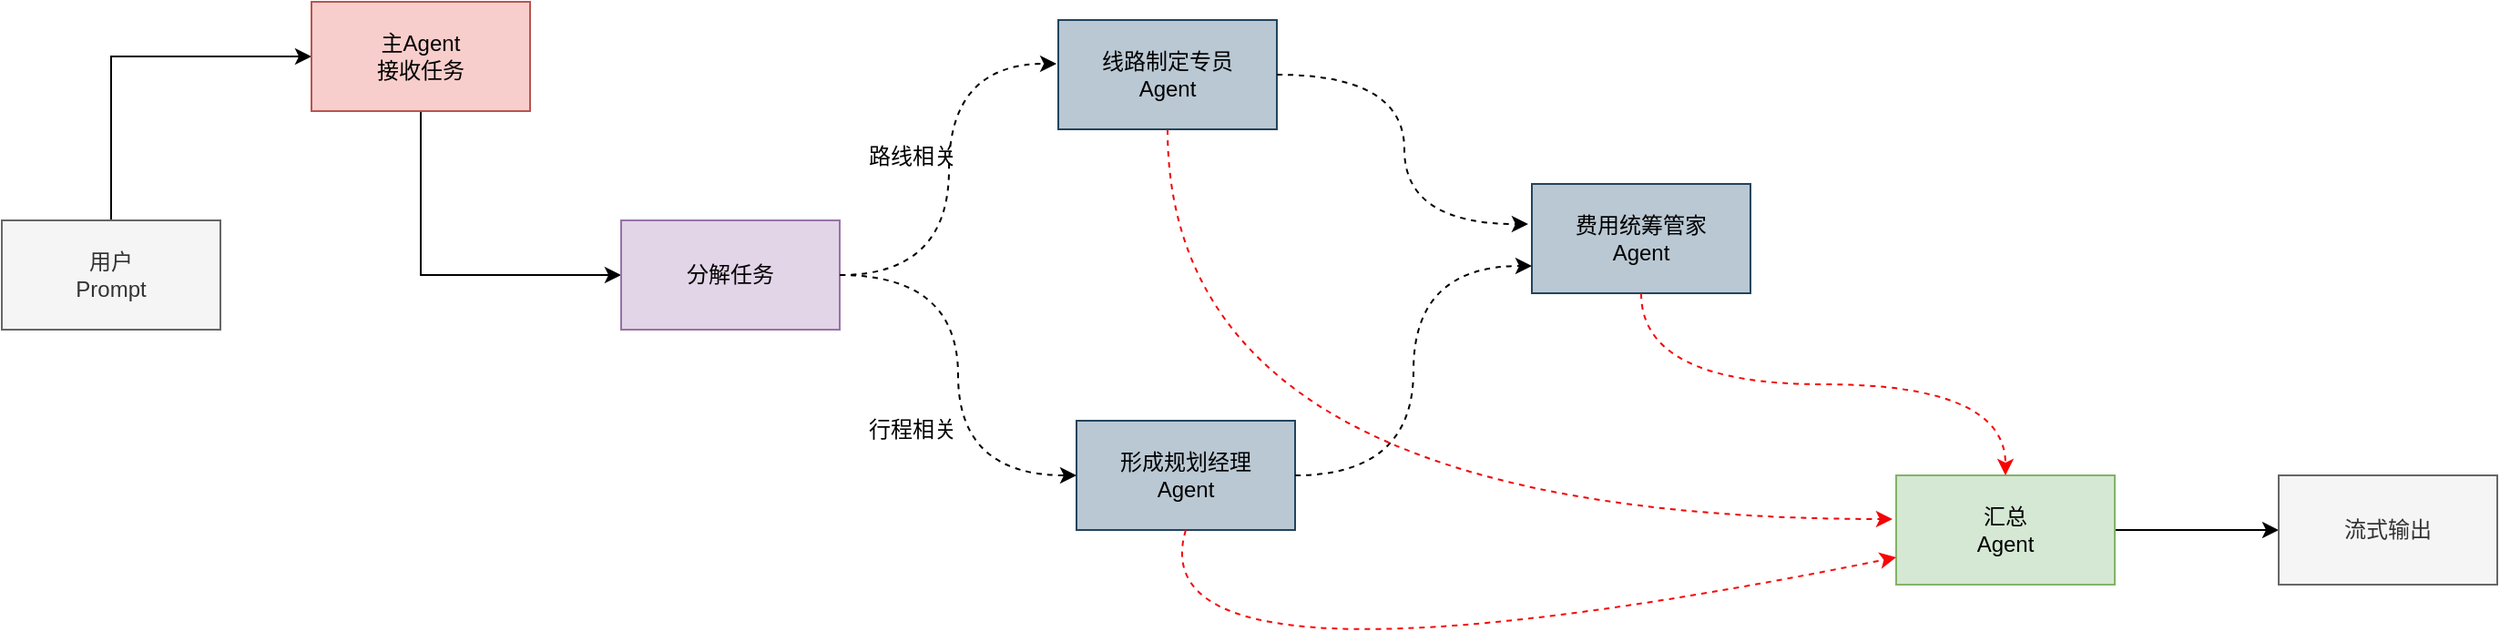
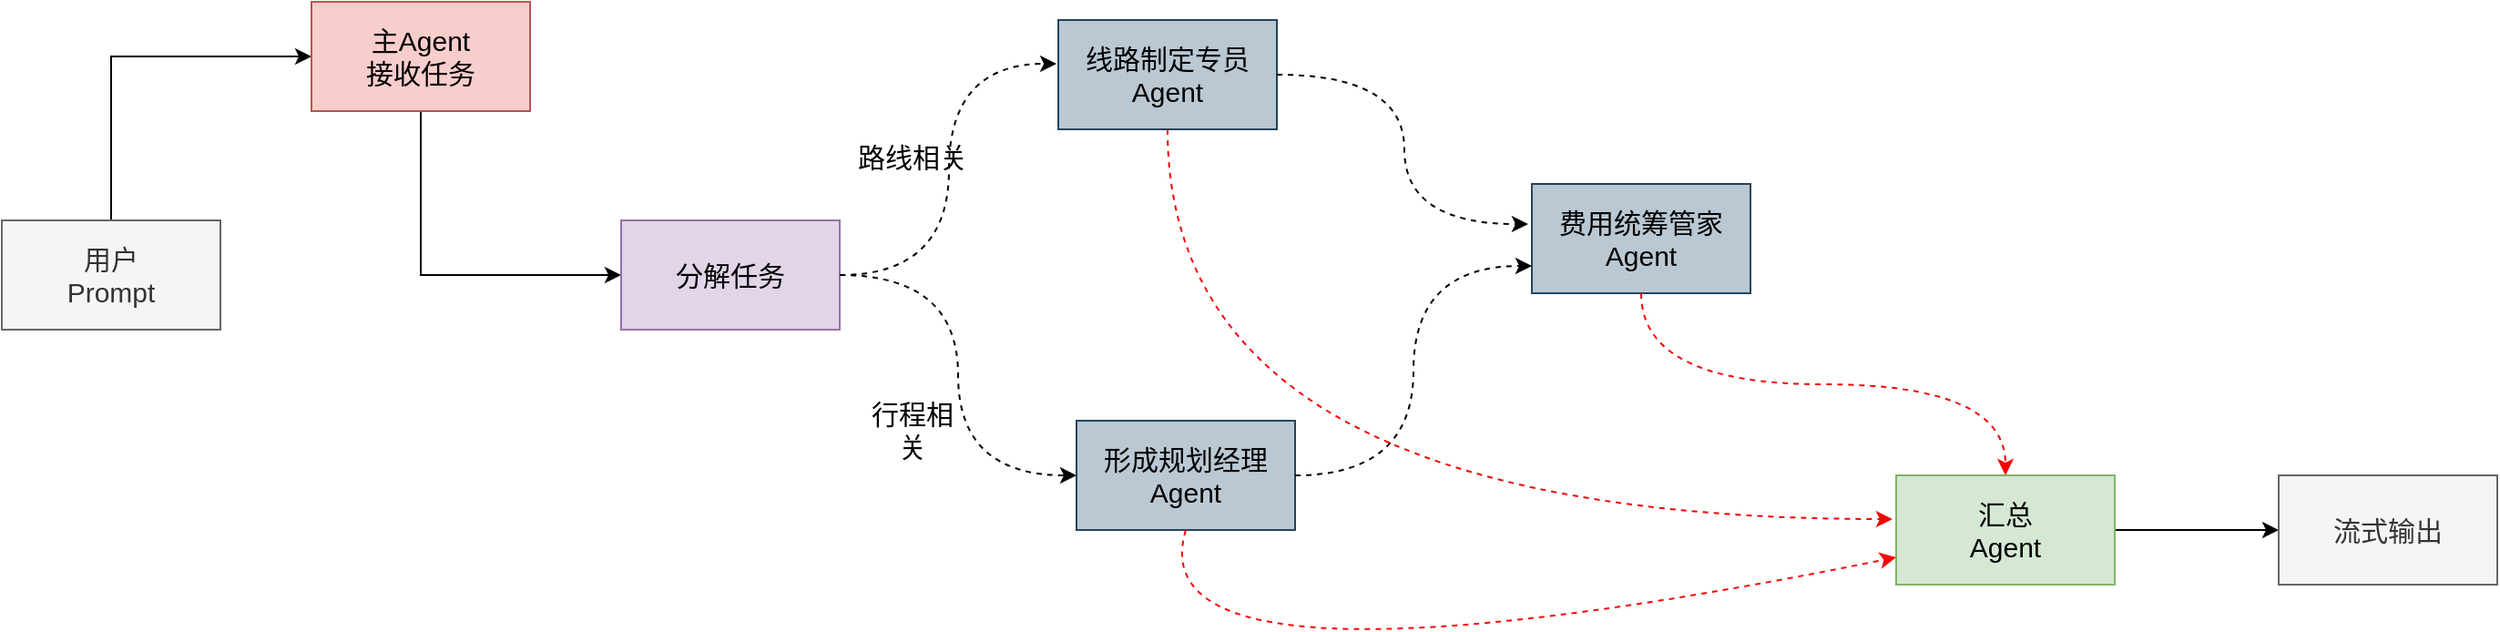
<mxfile host="app.diagrams.net">
  <diagram name="第 1 页" id="70M2_d7694EmLz6cfDsH">
    <mxGraphModel dx="1414" dy="785" grid="1" gridSize="10" guides="1" tooltips="1" connect="1" arrows="1" fold="1" page="1" pageScale="1" pageWidth="827" pageHeight="1169" math="0" shadow="0">
      <root>
        <mxCell id="0" />
        <mxCell id="1" parent="0" />
-         <mxCell id="UnNiZKDAXAE8CKw-wBtq-10" edge="1" parent="1" source="UnNiZKDAXAE8CKw-wBtq-1" style="edgeStyle=orthogonalEdgeStyle;rounded=0;orthogonalLoop=1;jettySize=auto;html=1;entryX=0;entryY=0.5;entryDx=0;entryDy=0;" target="UnNiZKDAXAE8CKw-wBtq-2">
+         <mxCell id="UnNiZKDAXAE8CKw-wBtq-10" edge="1" parent="1" source="UnNiZKDAXAE8CKw-wBtq-1" style="edgeStyle=orthogonalEdgeStyle;rounded=0;orthogonalLoop=1;jettySize=auto;html=1;entryX=0;entryY=0.5;entryDx=0;entryDy=0;fontSize=15;" target="UnNiZKDAXAE8CKw-wBtq-2">
          <mxGeometry relative="1" as="geometry">
            <Array as="points">
              <mxPoint x="160" y="270" />
            </Array>
          </mxGeometry>
        </mxCell>
-         <mxCell id="UnNiZKDAXAE8CKw-wBtq-1" parent="1" style="rounded=0;whiteSpace=wrap;html=1;fillColor=#f5f5f5;fontColor=#333333;strokeColor=#666666;" value="用户&lt;div&gt;Prompt&lt;/div&gt;" vertex="1">
+         <mxCell id="UnNiZKDAXAE8CKw-wBtq-1" parent="1" style="rounded=0;whiteSpace=wrap;html=1;fillColor=#f5f5f5;fontColor=#333333;strokeColor=#666666;fontSize=15;" value="用户&lt;div&gt;Prompt&lt;/div&gt;" vertex="1">
          <mxGeometry height="60" width="120" x="100" y="360" as="geometry" />
        </mxCell>
-         <mxCell id="UnNiZKDAXAE8CKw-wBtq-11" edge="1" parent="1" source="UnNiZKDAXAE8CKw-wBtq-2" style="edgeStyle=orthogonalEdgeStyle;rounded=0;orthogonalLoop=1;jettySize=auto;html=1;entryX=0;entryY=0.5;entryDx=0;entryDy=0;" target="UnNiZKDAXAE8CKw-wBtq-3">
+         <mxCell id="UnNiZKDAXAE8CKw-wBtq-11" edge="1" parent="1" source="UnNiZKDAXAE8CKw-wBtq-2" style="edgeStyle=orthogonalEdgeStyle;rounded=0;orthogonalLoop=1;jettySize=auto;html=1;entryX=0;entryY=0.5;entryDx=0;entryDy=0;fontSize=15;" target="UnNiZKDAXAE8CKw-wBtq-3">
          <mxGeometry relative="1" as="geometry">
            <Array as="points">
              <mxPoint x="330" y="390" />
            </Array>
          </mxGeometry>
        </mxCell>
-         <mxCell id="UnNiZKDAXAE8CKw-wBtq-2" parent="1" style="rounded=0;whiteSpace=wrap;html=1;fillColor=#f8cecc;strokeColor=#b85450;" value="主Agent&lt;div&gt;接收任务&lt;/div&gt;" vertex="1">
+         <mxCell id="UnNiZKDAXAE8CKw-wBtq-2" parent="1" style="rounded=0;whiteSpace=wrap;html=1;fillColor=#f8cecc;strokeColor=#b85450;fontSize=15;" value="主Agent&lt;div&gt;接收任务&lt;/div&gt;" vertex="1">
          <mxGeometry height="60" width="120" x="270" y="240" as="geometry" />
        </mxCell>
-         <mxCell id="UnNiZKDAXAE8CKw-wBtq-3" parent="1" style="rounded=0;whiteSpace=wrap;html=1;fillColor=#e1d5e7;strokeColor=#9673a6;" value="分解任务" vertex="1">
+         <mxCell id="UnNiZKDAXAE8CKw-wBtq-3" parent="1" style="rounded=0;whiteSpace=wrap;html=1;fillColor=#e1d5e7;strokeColor=#9673a6;fontSize=15;" value="分解任务" vertex="1">
          <mxGeometry height="60" width="120" x="440" y="360" as="geometry" />
        </mxCell>
-         <mxCell id="UnNiZKDAXAE8CKw-wBtq-4" parent="1" style="rounded=0;whiteSpace=wrap;html=1;fillColor=#bac8d3;strokeColor=#23445d;" value="线路制定专员&lt;div&gt;Agent&lt;/div&gt;" vertex="1">
+         <mxCell id="UnNiZKDAXAE8CKw-wBtq-4" parent="1" style="rounded=0;whiteSpace=wrap;html=1;fillColor=#bac8d3;strokeColor=#23445d;fontSize=15;" value="线路制定专员&lt;div&gt;Agent&lt;/div&gt;" vertex="1">
          <mxGeometry height="60" width="120" x="680" y="250" as="geometry" />
        </mxCell>
-         <mxCell id="UnNiZKDAXAE8CKw-wBtq-5" parent="1" style="rounded=0;whiteSpace=wrap;html=1;fillColor=#bac8d3;strokeColor=#23445d;" value="形成规划经理&lt;div&gt;Agent&lt;/div&gt;" vertex="1">
+         <mxCell id="UnNiZKDAXAE8CKw-wBtq-5" parent="1" style="rounded=0;whiteSpace=wrap;html=1;fillColor=#bac8d3;strokeColor=#23445d;fontSize=15;" value="形成规划经理&lt;div&gt;Agent&lt;/div&gt;" vertex="1">
          <mxGeometry height="60" width="120" x="690" y="470" as="geometry" />
        </mxCell>
-         <mxCell id="UnNiZKDAXAE8CKw-wBtq-6" parent="1" style="rounded=0;whiteSpace=wrap;html=1;fillColor=#bac8d3;strokeColor=#23445d;" value="费用统筹管家&lt;div&gt;Agent&lt;/div&gt;" vertex="1">
+         <mxCell id="UnNiZKDAXAE8CKw-wBtq-6" parent="1" style="rounded=0;whiteSpace=wrap;html=1;fillColor=#bac8d3;strokeColor=#23445d;fontSize=15;" value="费用统筹管家&lt;div&gt;Agent&lt;/div&gt;" vertex="1">
          <mxGeometry height="60" width="120" x="940" y="340" as="geometry" />
        </mxCell>
-         <mxCell id="UnNiZKDAXAE8CKw-wBtq-9" edge="1" parent="1" source="UnNiZKDAXAE8CKw-wBtq-7" style="edgeStyle=orthogonalEdgeStyle;rounded=0;orthogonalLoop=1;jettySize=auto;html=1;entryX=0;entryY=0.5;entryDx=0;entryDy=0;" target="UnNiZKDAXAE8CKw-wBtq-8">
+         <mxCell id="UnNiZKDAXAE8CKw-wBtq-9" edge="1" parent="1" source="UnNiZKDAXAE8CKw-wBtq-7" style="edgeStyle=orthogonalEdgeStyle;rounded=0;orthogonalLoop=1;jettySize=auto;html=1;entryX=0;entryY=0.5;entryDx=0;entryDy=0;fontSize=15;" target="UnNiZKDAXAE8CKw-wBtq-8">
          <mxGeometry relative="1" as="geometry" />
        </mxCell>
-         <mxCell id="UnNiZKDAXAE8CKw-wBtq-7" parent="1" style="rounded=0;whiteSpace=wrap;html=1;fillColor=#d5e8d4;strokeColor=#82b366;" value="汇总&lt;div&gt;Agent&lt;/div&gt;" vertex="1">
+         <mxCell id="UnNiZKDAXAE8CKw-wBtq-7" parent="1" style="rounded=0;whiteSpace=wrap;html=1;fillColor=#d5e8d4;strokeColor=#82b366;fontSize=15;" value="汇总&lt;div&gt;Agent&lt;/div&gt;" vertex="1">
          <mxGeometry height="60" width="120" x="1140" y="500" as="geometry" />
        </mxCell>
-         <mxCell id="UnNiZKDAXAE8CKw-wBtq-8" parent="1" style="rounded=0;whiteSpace=wrap;html=1;fillColor=#f5f5f5;fontColor=#333333;strokeColor=#666666;" value="流式输出" vertex="1">
+         <mxCell id="UnNiZKDAXAE8CKw-wBtq-8" parent="1" style="rounded=0;whiteSpace=wrap;html=1;fillColor=#f5f5f5;fontColor=#333333;strokeColor=#666666;fontSize=15;" value="流式输出" vertex="1">
          <mxGeometry height="60" width="120" x="1350" y="500" as="geometry" />
        </mxCell>
-         <mxCell id="UnNiZKDAXAE8CKw-wBtq-12" edge="1" parent="1" source="UnNiZKDAXAE8CKw-wBtq-3" style="endArrow=classic;html=1;rounded=0;exitX=1;exitY=0.5;exitDx=0;exitDy=0;entryX=-0.008;entryY=0.4;entryDx=0;entryDy=0;entryPerimeter=0;curved=1;dashed=1;edgeStyle=orthogonalEdgeStyle;" target="UnNiZKDAXAE8CKw-wBtq-4" value="">
+         <mxCell id="UnNiZKDAXAE8CKw-wBtq-12" edge="1" parent="1" source="UnNiZKDAXAE8CKw-wBtq-3" style="endArrow=classic;html=1;rounded=0;exitX=1;exitY=0.5;exitDx=0;exitDy=0;entryX=-0.008;entryY=0.4;entryDx=0;entryDy=0;entryPerimeter=0;curved=1;dashed=1;edgeStyle=orthogonalEdgeStyle;fontSize=15;" target="UnNiZKDAXAE8CKw-wBtq-4" value="">
          <mxGeometry height="50" relative="1" width="50" as="geometry">
            <mxPoint x="600" y="390" as="sourcePoint" />
            <mxPoint x="650" y="340" as="targetPoint" />
          </mxGeometry>
        </mxCell>
-         <mxCell id="UnNiZKDAXAE8CKw-wBtq-13" parent="1" style="text;html=1;whiteSpace=wrap;strokeColor=none;fillColor=none;align=center;verticalAlign=middle;rounded=0;" value="路线相关" vertex="1">
+         <mxCell id="UnNiZKDAXAE8CKw-wBtq-13" parent="1" style="text;html=1;whiteSpace=wrap;strokeColor=none;fillColor=none;align=center;verticalAlign=middle;rounded=0;fontSize=15;" value="路线相关" vertex="1">
          <mxGeometry height="30" width="100" x="550" y="310" as="geometry" />
        </mxCell>
-         <mxCell id="UnNiZKDAXAE8CKw-wBtq-18" edge="1" parent="1" source="UnNiZKDAXAE8CKw-wBtq-3" style="endArrow=classic;html=1;rounded=0;exitX=1;exitY=0.5;exitDx=0;exitDy=0;entryX=0;entryY=0.5;entryDx=0;entryDy=0;dashed=1;edgeStyle=orthogonalEdgeStyle;curved=1;" target="UnNiZKDAXAE8CKw-wBtq-5" value="">
+         <mxCell id="UnNiZKDAXAE8CKw-wBtq-18" edge="1" parent="1" source="UnNiZKDAXAE8CKw-wBtq-3" style="endArrow=classic;html=1;rounded=0;exitX=1;exitY=0.5;exitDx=0;exitDy=0;entryX=0;entryY=0.5;entryDx=0;entryDy=0;dashed=1;edgeStyle=orthogonalEdgeStyle;curved=1;fontSize=15;" target="UnNiZKDAXAE8CKw-wBtq-5" value="">
          <mxGeometry height="50" relative="1" width="50" as="geometry">
            <mxPoint x="580" y="560" as="sourcePoint" />
            <mxPoint x="630" y="510" as="targetPoint" />
          </mxGeometry>
        </mxCell>
-         <mxCell id="UnNiZKDAXAE8CKw-wBtq-19" parent="1" style="text;html=1;whiteSpace=wrap;strokeColor=none;fillColor=none;align=center;verticalAlign=middle;rounded=0;" value="行程相关" vertex="1">
+         <mxCell id="UnNiZKDAXAE8CKw-wBtq-19" parent="1" style="text;html=1;whiteSpace=wrap;strokeColor=none;fillColor=none;align=center;verticalAlign=middle;rounded=0;fontSize=15;" value="行程相关" vertex="1">
          <mxGeometry height="30" width="60" x="570" y="460" as="geometry" />
        </mxCell>
-         <mxCell id="UnNiZKDAXAE8CKw-wBtq-20" edge="1" parent="1" source="UnNiZKDAXAE8CKw-wBtq-4" style="endArrow=classic;html=1;rounded=0;exitX=1;exitY=0.5;exitDx=0;exitDy=0;entryX=-0.017;entryY=0.367;entryDx=0;entryDy=0;entryPerimeter=0;dashed=1;edgeStyle=orthogonalEdgeStyle;curved=1;" target="UnNiZKDAXAE8CKw-wBtq-6" value="">
+         <mxCell id="UnNiZKDAXAE8CKw-wBtq-20" edge="1" parent="1" source="UnNiZKDAXAE8CKw-wBtq-4" style="endArrow=classic;html=1;rounded=0;exitX=1;exitY=0.5;exitDx=0;exitDy=0;entryX=-0.017;entryY=0.367;entryDx=0;entryDy=0;entryPerimeter=0;dashed=1;edgeStyle=orthogonalEdgeStyle;curved=1;fontSize=15;" target="UnNiZKDAXAE8CKw-wBtq-6" value="">
          <mxGeometry height="50" relative="1" width="50" as="geometry">
            <Array as="points">
              <mxPoint x="870" y="280" />
              <mxPoint x="870" y="362" />
            </Array>
            <mxPoint x="900" y="260" as="sourcePoint" />
            <mxPoint x="950" y="210" as="targetPoint" />
          </mxGeometry>
        </mxCell>
-         <mxCell id="UnNiZKDAXAE8CKw-wBtq-21" edge="1" parent="1" source="UnNiZKDAXAE8CKw-wBtq-5" style="endArrow=classic;html=1;rounded=0;exitX=1;exitY=0.5;exitDx=0;exitDy=0;entryX=0;entryY=0.75;entryDx=0;entryDy=0;dashed=1;edgeStyle=orthogonalEdgeStyle;curved=1;" target="UnNiZKDAXAE8CKw-wBtq-6" value="">
+         <mxCell id="UnNiZKDAXAE8CKw-wBtq-21" edge="1" parent="1" source="UnNiZKDAXAE8CKw-wBtq-5" style="endArrow=classic;html=1;rounded=0;exitX=1;exitY=0.5;exitDx=0;exitDy=0;entryX=0;entryY=0.75;entryDx=0;entryDy=0;dashed=1;edgeStyle=orthogonalEdgeStyle;curved=1;fontSize=15;" target="UnNiZKDAXAE8CKw-wBtq-6" value="">
          <mxGeometry height="50" relative="1" width="50" as="geometry">
            <mxPoint x="950" y="570" as="sourcePoint" />
            <mxPoint x="1000" y="520" as="targetPoint" />
          </mxGeometry>
        </mxCell>
-         <mxCell id="UnNiZKDAXAE8CKw-wBtq-22" edge="1" parent="1" source="UnNiZKDAXAE8CKw-wBtq-6" style="endArrow=classic;html=1;rounded=0;exitX=0.5;exitY=1;exitDx=0;exitDy=0;entryX=0.5;entryY=0;entryDx=0;entryDy=0;edgeStyle=orthogonalEdgeStyle;curved=1;dashed=1;strokeColor=light-dark(#f70202, #ededed);" target="UnNiZKDAXAE8CKw-wBtq-7" value="">
+         <mxCell id="UnNiZKDAXAE8CKw-wBtq-22" edge="1" parent="1" source="UnNiZKDAXAE8CKw-wBtq-6" style="endArrow=classic;html=1;rounded=0;exitX=0.5;exitY=1;exitDx=0;exitDy=0;entryX=0.5;entryY=0;entryDx=0;entryDy=0;edgeStyle=orthogonalEdgeStyle;curved=1;dashed=1;strokeColor=light-dark(#f70202, #ededed);fontSize=15;" target="UnNiZKDAXAE8CKw-wBtq-7" value="">
          <mxGeometry height="50" relative="1" width="50" as="geometry">
            <mxPoint x="1140" y="430" as="sourcePoint" />
            <mxPoint x="1190" y="380" as="targetPoint" />
          </mxGeometry>
        </mxCell>
-         <mxCell id="UnNiZKDAXAE8CKw-wBtq-23" edge="1" parent="1" source="UnNiZKDAXAE8CKw-wBtq-4" style="endArrow=classic;html=1;rounded=0;exitX=0.5;exitY=1;exitDx=0;exitDy=0;entryX=-0.017;entryY=0.4;entryDx=0;entryDy=0;entryPerimeter=0;dashed=1;edgeStyle=orthogonalEdgeStyle;curved=1;strokeColor=light-dark(#f10404, #ededed);" target="UnNiZKDAXAE8CKw-wBtq-7" value="">
+         <mxCell id="UnNiZKDAXAE8CKw-wBtq-23" edge="1" parent="1" source="UnNiZKDAXAE8CKw-wBtq-4" style="endArrow=classic;html=1;rounded=0;exitX=0.5;exitY=1;exitDx=0;exitDy=0;entryX=-0.017;entryY=0.4;entryDx=0;entryDy=0;entryPerimeter=0;dashed=1;edgeStyle=orthogonalEdgeStyle;curved=1;strokeColor=light-dark(#f10404, #ededed);fontSize=15;" target="UnNiZKDAXAE8CKw-wBtq-7" value="">
          <mxGeometry height="50" relative="1" width="50" as="geometry">
            <Array as="points">
              <mxPoint x="740" y="524" />
            </Array>
            <mxPoint x="960" y="630" as="sourcePoint" />
            <mxPoint x="1010" y="580" as="targetPoint" />
          </mxGeometry>
        </mxCell>
-         <mxCell id="UnNiZKDAXAE8CKw-wBtq-24" edge="1" parent="1" source="UnNiZKDAXAE8CKw-wBtq-5" style="endArrow=classic;html=1;rounded=0;exitX=0.5;exitY=1;exitDx=0;exitDy=0;entryX=0;entryY=0.75;entryDx=0;entryDy=0;curved=1;dashed=1;strokeColor=light-dark(#f70808, #ededed);" target="UnNiZKDAXAE8CKw-wBtq-7" value="">
+         <mxCell id="UnNiZKDAXAE8CKw-wBtq-24" edge="1" parent="1" source="UnNiZKDAXAE8CKw-wBtq-5" style="endArrow=classic;html=1;rounded=0;exitX=0.5;exitY=1;exitDx=0;exitDy=0;entryX=0;entryY=0.75;entryDx=0;entryDy=0;curved=1;dashed=1;strokeColor=light-dark(#f70808, #ededed);fontSize=15;" target="UnNiZKDAXAE8CKw-wBtq-7" value="">
          <mxGeometry height="50" relative="1" width="50" as="geometry">
            <Array as="points">
              <mxPoint x="720" y="630" />
            </Array>
            <mxPoint x="750" y="540" as="sourcePoint" />
            <mxPoint x="860" y="660" as="targetPoint" />
          </mxGeometry>
        </mxCell>
      </root>
    </mxGraphModel>
  </diagram>
</mxfile>
